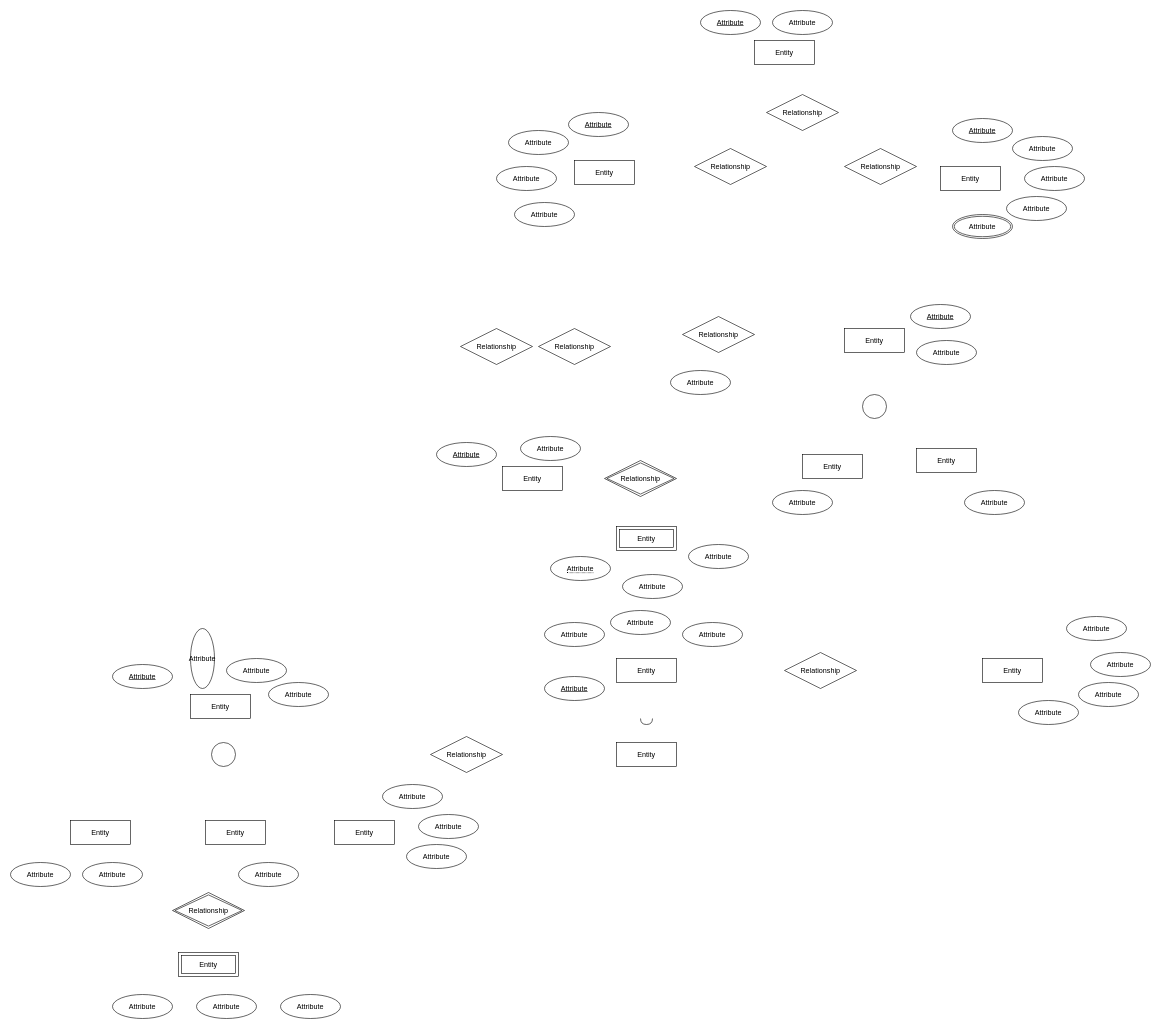
Earlier version of the draw.io diagram Lab3.drawio (MuhammadIrfan92/Database-Engineering-Semester-7). Source tidied: cells renumbered, new cells numbered last; positions are measured from the earlier drawing's top-left corner, leaving out a move shared by most shapes. Both pictures are drawn from the tidied source at 60%, with x=0, y=0 at pixel (10, 10).
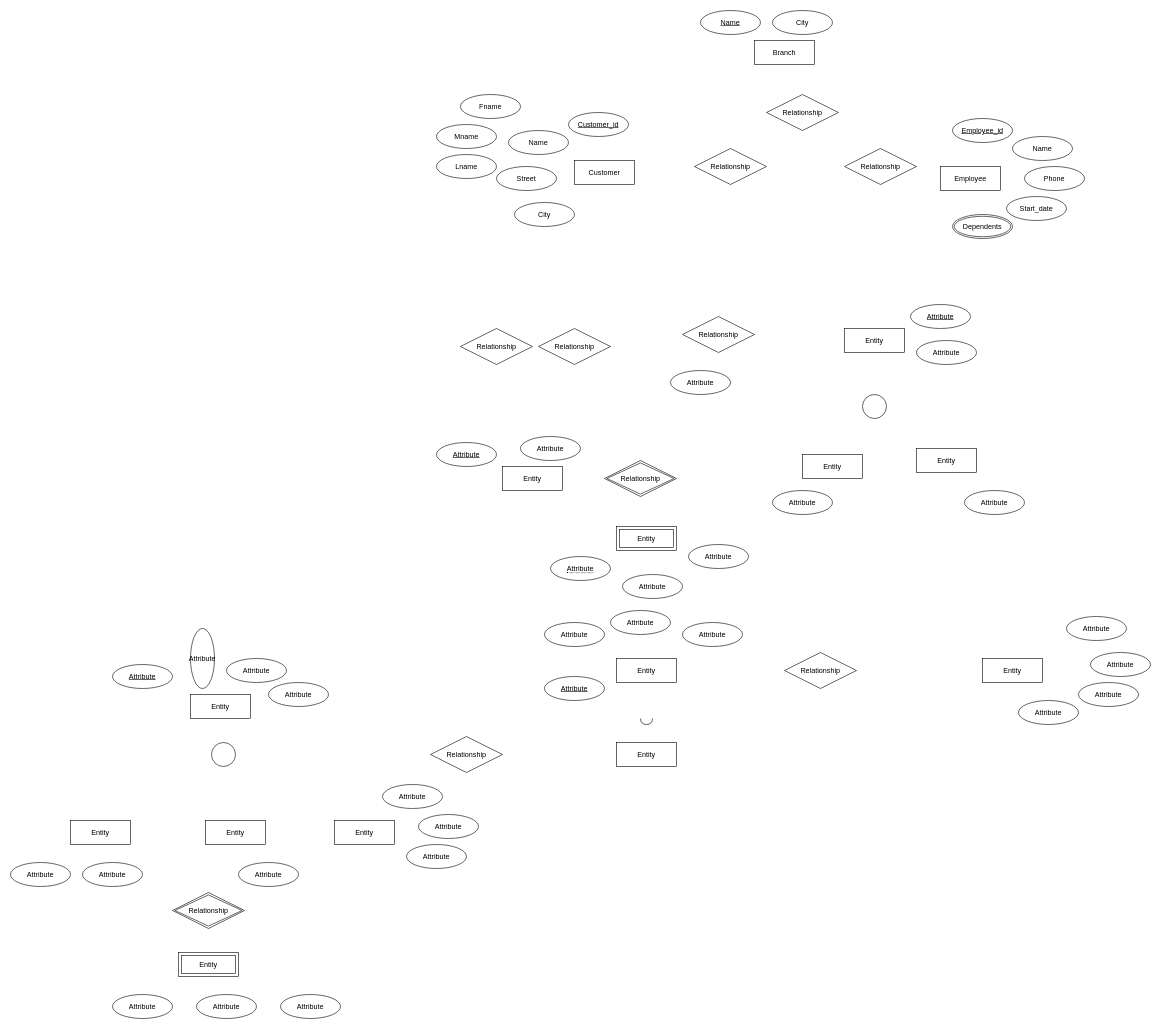
Above is the later version.

Change to the diagram source:
```diff
@@
-    <mxCell id="2" value="Entity" style="whiteSpace=wrap;html=1;align=center;" parent="1" vertex="1">
+    <mxCell id="2" value="Branch" style="whiteSpace=wrap;html=1;align=center;" parent="1" vertex="1">
       <mxGeometry x="1240" y="50" width="100" height="40" as="geometry" />
     </mxCell>
-    <mxCell id="3" value="Attribute" style="ellipse;whiteSpace=wrap;html=1;align=center;fontStyle=4;" parent="1" vertex="1">
+    <mxCell id="3" value="Name" style="ellipse;whiteSpace=wrap;html=1;align=center;fontStyle=4;" parent="1" vertex="1">
       <mxGeometry x="1150" width="100" height="40" as="geometry" />
     </mxCell>
-    <mxCell id="4" value="Attribute" style="ellipse;whiteSpace=wrap;html=1;align=center;" parent="1" vertex="1">
+    <mxCell id="4" value="City" style="ellipse;whiteSpace=wrap;html=1;align=center;" parent="1" vertex="1">
       <mxGeometry x="1270" width="100" height="40" as="geometry" />
     </mxCell>
-    <mxCell id="5" value="Entity" style="whiteSpace=wrap;html=1;align=center;" parent="1" vertex="1">
+    <mxCell id="5" value="Customer" style="whiteSpace=wrap;html=1;align=center;" parent="1" vertex="1">
       <mxGeometry x="940" y="250" width="100" height="40" as="geometry" />
     </mxCell>
-    <mxCell id="6" value="Attribute" style="ellipse;whiteSpace=wrap;html=1;align=center;fontStyle=4;" parent="1" vertex="1">
+    <mxCell id="6" value="Customer_id" style="ellipse;whiteSpace=wrap;html=1;align=center;fontStyle=4;" parent="1" vertex="1">
       <mxGeometry x="930" y="170" width="100" height="40" as="geometry" />
     </mxCell>
-    <mxCell id="7" value="Attribute" style="ellipse;whiteSpace=wrap;html=1;align=center;" parent="1" vertex="1">
+    <mxCell id="7" value="Name" style="ellipse;whiteSpace=wrap;html=1;align=center;" parent="1" vertex="1">
       <mxGeometry x="830" y="200" width="100" height="40" as="geometry" />
     </mxCell>
-    <mxCell id="8" value="Attribute" style="ellipse;whiteSpace=wrap;html=1;align=center;" parent="1" vertex="1">
+    <mxCell id="8" value="Street" style="ellipse;whiteSpace=wrap;html=1;align=center;" parent="1" vertex="1">
       <mxGeometry x="810" y="260" width="100" height="40" as="geometry" />
     </mxCell>
-    <mxCell id="9" value="Attribute" style="ellipse;whiteSpace=wrap;html=1;align=center;" parent="1" vertex="1">
+    <mxCell id="9" value="City" style="ellipse;whiteSpace=wrap;html=1;align=center;" parent="1" vertex="1">
       <mxGeometry x="840" y="320" width="100" height="40" as="geometry" />
     </mxCell>
-    <mxCell id="10" value="Entity" style="whiteSpace=wrap;html=1;align=center;" parent="1" vertex="1">
+    <mxCell id="10" value="Employee" style="whiteSpace=wrap;html=1;align=center;" parent="1" vertex="1">
       <mxGeometry x="1550" y="260" width="100" height="40" as="geometry" />
     </mxCell>
-    <mxCell id="11" value="Attribute" style="ellipse;whiteSpace=wrap;html=1;align=center;" parent="1" vertex="1">
+    <mxCell id="11" value="Name" style="ellipse;whiteSpace=wrap;html=1;align=center;" parent="1" vertex="1">
       <mxGeometry x="1670" y="210" width="100" height="40" as="geometry" />
     </mxCell>
-    <mxCell id="12" value="Attribute" style="ellipse;whiteSpace=wrap;html=1;align=center;fontStyle=4;" parent="1" vertex="1">
+    <mxCell id="12" value="Employee_id" style="ellipse;whiteSpace=wrap;html=1;align=center;fontStyle=4;" parent="1" vertex="1">
       <mxGeometry x="1570" y="180" width="100" height="40" as="geometry" />
     </mxCell>
-    <mxCell id="13" value="Attribute" style="ellipse;whiteSpace=wrap;html=1;align=center;" parent="1" vertex="1">
+    <mxCell id="13" value="Phone" style="ellipse;whiteSpace=wrap;html=1;align=center;" parent="1" vertex="1">
       <mxGeometry x="1690" y="260" width="100" height="40" as="geometry" />
     </mxCell>
-    <mxCell id="14" value="Attribute" style="ellipse;whiteSpace=wrap;html=1;align=center;" parent="1" vertex="1">
+    <mxCell id="14" value="Start_date" style="ellipse;whiteSpace=wrap;html=1;align=center;" parent="1" vertex="1">
       <mxGeometry x="1660" y="310" width="100" height="40" as="geometry" />
     </mxCell>
-    <mxCell id="15" value="Attribute" style="ellipse;shape=doubleEllipse;margin=3;whiteSpace=wrap;html=1;align=center;" parent="1" vertex="1">
+    <mxCell id="15" value="Dependents" style="ellipse;shape=doubleEllipse;margin=3;whiteSpace=wrap;html=1;align=center;" parent="1" vertex="1">
       <mxGeometry x="1570" y="340" width="100" height="40" as="geometry" />
     </mxCell>
@@
+    <mxCell id="73" value="Lname" style="ellipse;whiteSpace=wrap;html=1;align=center;" parent="1" vertex="1">
+      <mxGeometry x="710" y="240" width="100" height="40" as="geometry" />
+    </mxCell>
+    <mxCell id="74" value="Mname" style="ellipse;whiteSpace=wrap;html=1;align=center;" parent="1" vertex="1">
+      <mxGeometry x="710" y="190" width="100" height="40" as="geometry" />
+    </mxCell>
+    <mxCell id="75" value="Fname" style="ellipse;whiteSpace=wrap;html=1;align=center;" parent="1" vertex="1">
+      <mxGeometry x="750" y="140" width="100" height="40" as="geometry" />
+    </mxCell>
```
